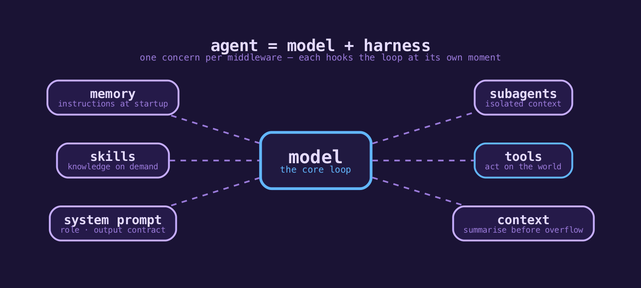
sailor723/langconfig keeps this Graphviz diagram as docs/assets/agent-harness.png. Above is the earlier version. Its source is kept beside it as docs/assets/agent-harness.dot. Its diagram source:
```dot
digraph harness {
  rankdir=LR;
  bgcolor="#1A1334";
  pad=0.5;
  nodesep=0.45;
  ranksep=1.25;
  fontname="Menlo";
  newrank=true;

  node [shape=box, style="rounded,filled", penwidth=2.0, fontname="Menlo", fontsize=14,
        margin="0.16,0.10", fillcolor="#251A49", color="#C7AEFF", fontcolor="#E5DBFF"];
  edge [color="#9B7BDB", penwidth=1.8, style=dashed, dir=none, arrowsize=0.6];

  model [label=<<B><FONT POINT-SIZE="20">model</FONT></B><BR/><FONT POINT-SIZE="10" COLOR="#62B7FF">the core loop</FONT>>,
         fillcolor="#201940", color="#62B7FF", penwidth=3.0, margin="0.30,0.22"];

  subgraph cluster_in {
    style="invis";
    system [label=<<B>system prompt</B><BR/><FONT POINT-SIZE="9.5" COLOR="#9B7BDB">role · output contract</FONT>>];
    skills [label=<<B>skills</B><BR/><FONT POINT-SIZE="9.5" COLOR="#9B7BDB">knowledge on demand</FONT>>];
    memory [label=<<B>memory</B><BR/><FONT POINT-SIZE="9.5" COLOR="#9B7BDB">instructions at startup</FONT>>];
  }

  subgraph cluster_out {
    style="invis";
    context   [label=<<B>context</B><BR/><FONT POINT-SIZE="9.5" COLOR="#9B7BDB">summarise before overflow</FONT>>];
    tools     [label=<<B>tools</B><BR/><FONT POINT-SIZE="9.5" COLOR="#9B7BDB">act on the world</FONT>>, color="#62B7FF"];
    subagents [label=<<B>subagents</B><BR/><FONT POINT-SIZE="9.5" COLOR="#9B7BDB">isolated context</FONT>>];
  }

  { rank=same; system; skills; memory; }
  { rank=same; context; tools; subagents; }

  system -> model;
  skills -> model;
  memory -> model;
  model -> context;
  model -> tools;
  model -> subagents;

  labelloc="t";
  label=<<B><FONT POINT-SIZE="18" COLOR="#E5DBFF">agent = model + harness</FONT></B><BR/><FONT POINT-SIZE="10.5" COLOR="#9B7BDB">one concern per middleware — each hooks the loop at its own moment</FONT>>;
}
```
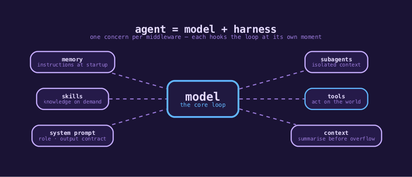
After the commit.

The edit, as a diff of the source:
```diff
@@ -2,12 +2,12 @@
   rankdir=LR;
   bgcolor="#1A1334";
   pad=0.5;
-  nodesep=0.45;
+  nodesep=0.38;
   ranksep=1.25;
   fontname="Menlo";
   newrank=true;
 
-  node [shape=box, style="rounded,filled", penwidth=2.0, fontname="Menlo", fontsize=14,
+  node [shape=box, style="rounded,filled", penwidth=2.0, fontname="Menlo", fontsize=10,
         margin="0.16,0.10", fillcolor="#251A49", color="#C7AEFF", fontcolor="#E5DBFF"];
   edge [color="#9B7BDB", penwidth=1.8, style=dashed, dir=none, arrowsize=0.6];
 
```
